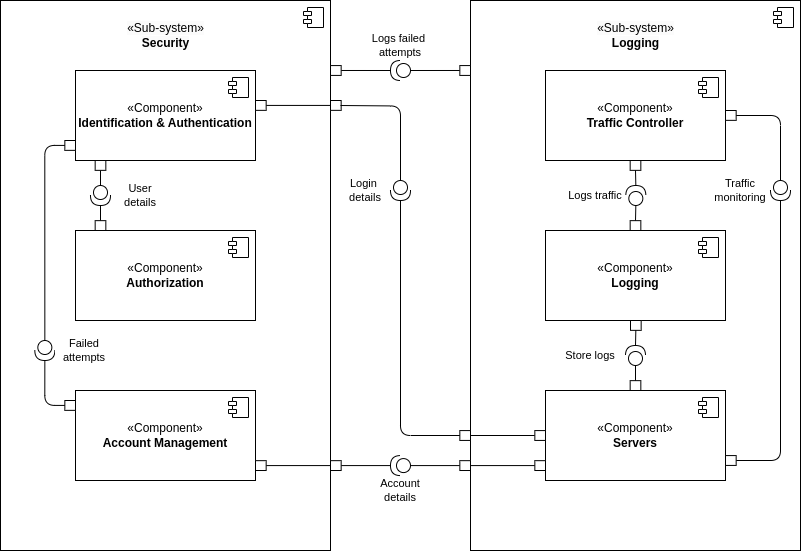
Before: fen/y3/code/2dt902/labs/lab2/img/component2.drawio.png, a diagram exported from draw.io (TheFirstFen/lnu). Source tidied: cells renumbered, new cells last; positions are measured from the earlier drawing's top-left corner, leaving out a move shared by most shapes.
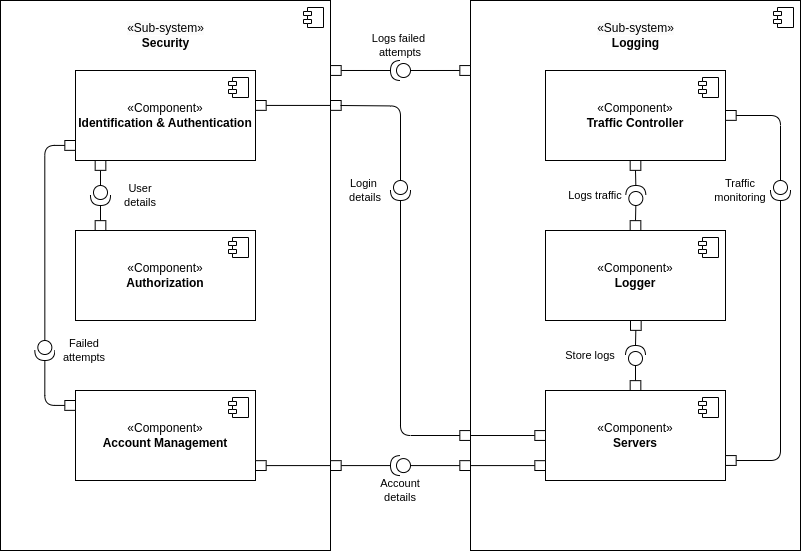
The same file after the commit.

The edit, as a diff of the source:
```diff
@@ -18,7 +18,7 @@
         <mxPoint x="-27" y="7" as="offset" />
       </mxGeometry>
     </mxCell>
-    <mxCell id="6" value="«Component»&lt;br&gt;&lt;b&gt;Logging&lt;/b&gt;" style="html=1;whiteSpace=wrap;" parent="1" vertex="1">
+    <mxCell id="6" value="«Component»&lt;br&gt;&lt;b&gt;Logger&lt;/b&gt;" style="html=1;whiteSpace=wrap;" parent="1" vertex="1">
       <mxGeometry x="545" y="230" width="180" height="90" as="geometry" />
     </mxCell>
     <mxCell id="7" style="shape=module;jettyWidth=8;jettyHeight=4;" parent="6" vertex="1">
```
